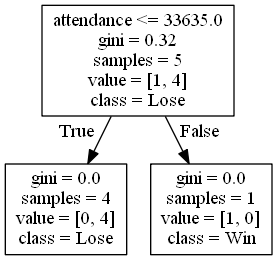
Before: DecisionTrees/Mountain Westdecision_tree_no_score7.png, a diagram exported from Graphviz (alexana-steck/CSE482Project). Its source is kept beside it as DecisionTrees/Mountain Westdecision_tree_no_score7.dot. Source of this version:
```dot
digraph Tree {
node [shape=box] ;
0 [label="attendance <= 33635.0\ngini = 0.32\nsamples = 5\nvalue = [1, 4]\nclass = Lose"] ;
1 [label="gini = 0.0\nsamples = 4\nvalue = [0, 4]\nclass = Lose"] ;
0 -> 1 [labeldistance=2.5, labelangle=45, headlabel="True"] ;
2 [label="gini = 0.0\nsamples = 1\nvalue = [1, 0]\nclass = Win"] ;
0 -> 2 [labeldistance=2.5, labelangle=-45, headlabel="False"] ;
}
```
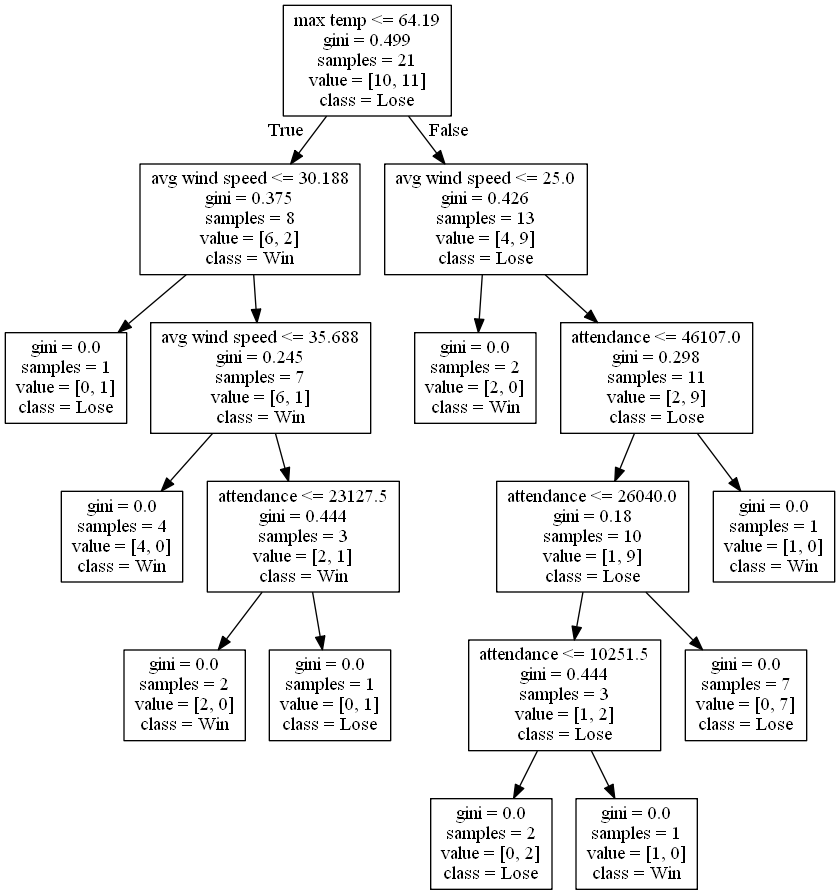
The same diagram one commit later.

Change to the diagram source:
```diff
@@ -1,8 +1,36 @@
 digraph Tree {
 node [shape=box] ;
-0 [label="attendance <= 33635.0\ngini = 0.32\nsamples = 5\nvalue = [1, 4]\nclass = Lose"] ;
-1 [label="gini = 0.0\nsamples = 4\nvalue = [0, 4]\nclass = Lose"] ;
+0 [label="max temp <= 64.19\ngini = 0.499\nsamples = 21\nvalue = [10, 11]\nclass = Lose"] ;
+1 [label="avg wind speed <= 30.188\ngini = 0.375\nsamples = 8\nvalue = [6, 2]\nclass = Win"] ;
 0 -> 1 [labeldistance=2.5, labelangle=45, headlabel="True"] ;
-2 [label="gini = 0.0\nsamples = 1\nvalue = [1, 0]\nclass = Win"] ;
-0 -> 2 [labeldistance=2.5, labelangle=-45, headlabel="False"] ;
+2 [label="gini = 0.0\nsamples = 1\nvalue = [0, 1]\nclass = Lose"] ;
+1 -> 2 ;
+3 [label="avg wind speed <= 35.688\ngini = 0.245\nsamples = 7\nvalue = [6, 1]\nclass = Win"] ;
+1 -> 3 ;
+4 [label="gini = 0.0\nsamples = 4\nvalue = [4, 0]\nclass = Win"] ;
+3 -> 4 ;
+5 [label="attendance <= 23127.5\ngini = 0.444\nsamples = 3\nvalue = [2, 1]\nclass = Win"] ;
+3 -> 5 ;
+6 [label="gini = 0.0\nsamples = 2\nvalue = [2, 0]\nclass = Win"] ;
+5 -> 6 ;
+7 [label="gini = 0.0\nsamples = 1\nvalue = [0, 1]\nclass = Lose"] ;
+5 -> 7 ;
+8 [label="avg wind speed <= 25.0\ngini = 0.426\nsamples = 13\nvalue = [4, 9]\nclass = Lose"] ;
+0 -> 8 [labeldistance=2.5, labelangle=-45, headlabel="False"] ;
+9 [label="gini = 0.0\nsamples = 2\nvalue = [2, 0]\nclass = Win"] ;
+8 -> 9 ;
+10 [label="attendance <= 46107.0\ngini = 0.298\nsamples = 11\nvalue = [2, 9]\nclass = Lose"] ;
+8 -> 10 ;
+11 [label="attendance <= 26040.0\ngini = 0.18\nsamples = 10\nvalue = [1, 9]\nclass = Lose"] ;
+10 -> 11 ;
+12 [label="attendance <= 10251.5\ngini = 0.444\nsamples = 3\nvalue = [1, 2]\nclass = Lose"] ;
+11 -> 12 ;
+13 [label="gini = 0.0\nsamples = 2\nvalue = [0, 2]\nclass = Lose"] ;
+12 -> 13 ;
+14 [label="gini = 0.0\nsamples = 1\nvalue = [1, 0]\nclass = Win"] ;
+12 -> 14 ;
+15 [label="gini = 0.0\nsamples = 7\nvalue = [0, 7]\nclass = Lose"] ;
+11 -> 15 ;
+16 [label="gini = 0.0\nsamples = 1\nvalue = [1, 0]\nclass = Win"] ;
+10 -> 16 ;
 }
```
